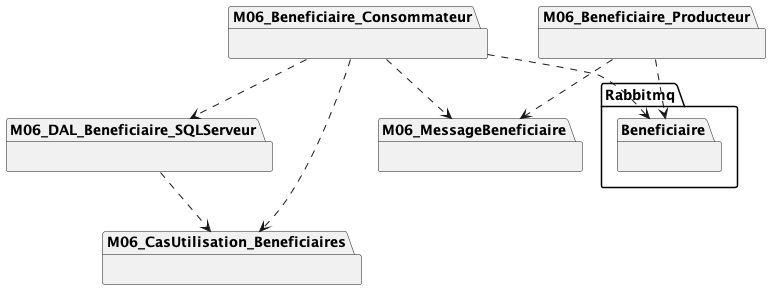
Before: images/Module06_FileMessages/diag/uml_exercice2_package/Beneficiaires_packages.png, a diagram exported from PlantUML (PiFou86/420-W47-SF).
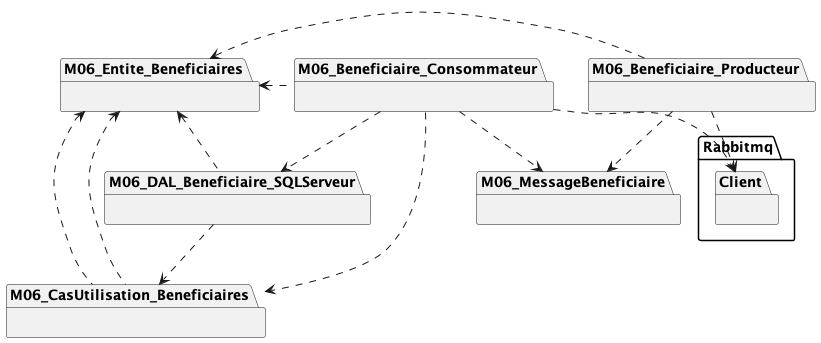
After the commit.

Commit message:
Correction case

The edit, as a diff of the source:
```diff
@@ -27,12 +27,20 @@
 M06_Beneficiaire_Consommateur ..> M06_CasUtilisation_Beneficiaires
 M06_Beneficiaire_Consommateur ..> M06_DAL_Beneficiaire_SQLServeur
 
-package Rabbitmq.Beneficiaire {
+package M06_Entite_Beneficiaires{}
+
+M06_Beneficiaire_Consommateur .left.> M06_Entite_Beneficiaires
+M06_CasUtilisation_Beneficiaires .left.> M06_Entite_Beneficiaires
+M06_Beneficiaire_Producteur .left.> M06_Entite_Beneficiaires
+M06_CasUtilisation_Beneficiaires .left.> M06_Entite_Beneficiaires
+M06_DAL_Beneficiaire_SQLServeur .left.> M06_Entite_Beneficiaires
+
+package Rabbitmq.Client {
 
 }
 
 
-M06_Beneficiaire_Producteur ..> Rabbitmq.Beneficiaire
-M06_Beneficiaire_Consommateur ..> Rabbitmq.Beneficiaire
+M06_Beneficiaire_Producteur ..> Rabbitmq.Client
+M06_Beneficiaire_Consommateur ..> Rabbitmq.Client
 
 @enduml
```
